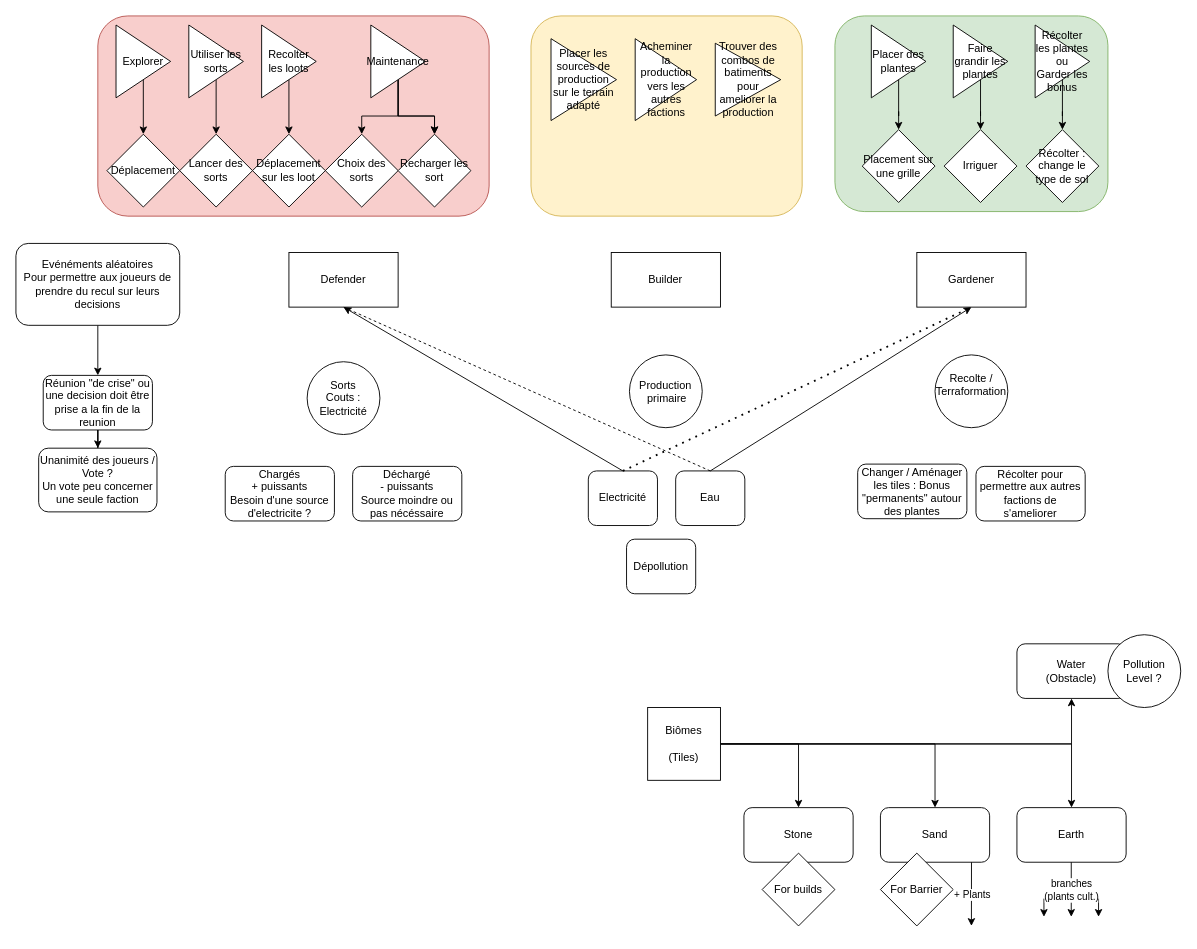
JulienAldon/AsymetricCoop keeps this draw.io diagram as Untitled Diagram.drawio. Above is the earlier version. Source tidied: cells renumbered, new cells numbered last; positions are measured from the earlier drawing's top-left corner, leaving out a move shared by most shapes. Both pictures are drawn from the tidied source at 91%, with x=0, y=0 at pixel (15, 15).
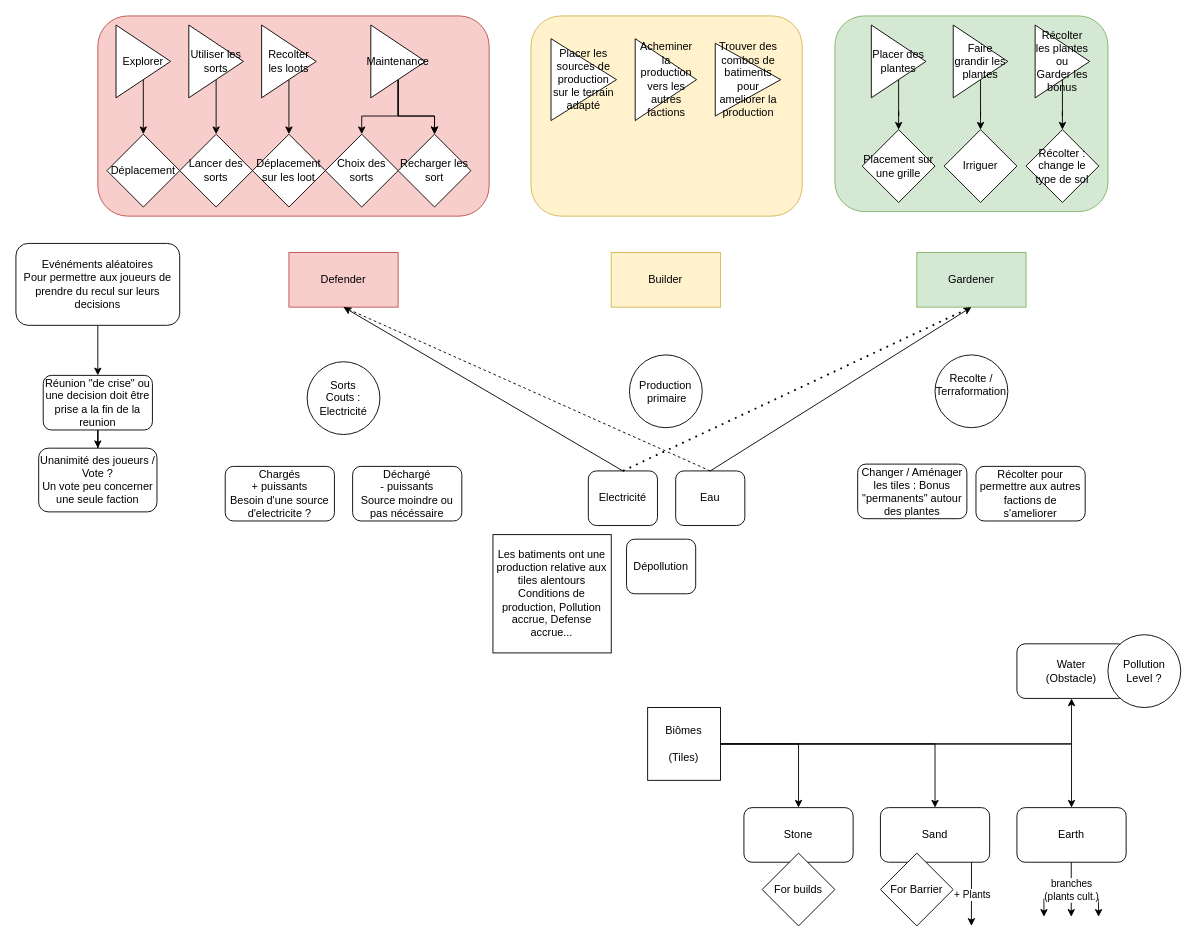
After the change.

Diff of the diagram source:
```diff
@@
-    <mxCell id="5" value="Defender" style="rounded=0;whiteSpace=wrap;html=1;" parent="1" vertex="1">
+    <mxCell id="5" value="Defender" style="rounded=0;whiteSpace=wrap;html=1;fillColor=#f8cecc;strokeColor=#b85450;" parent="1" vertex="1">
       <mxGeometry x="300" y="260" width="120" height="60" as="geometry" />
     </mxCell>
-    <mxCell id="6" value="Builder" style="rounded=0;whiteSpace=wrap;html=1;" parent="1" vertex="1">
+    <mxCell id="6" value="Builder" style="rounded=0;whiteSpace=wrap;html=1;fillColor=#fff2cc;strokeColor=#d6b656;" parent="1" vertex="1">
       <mxGeometry x="654.2" y="260" width="120" height="60" as="geometry" />
     </mxCell>
-    <mxCell id="7" value="Gardener" style="rounded=0;whiteSpace=wrap;html=1;" parent="1" vertex="1">
+    <mxCell id="7" value="Gardener" style="rounded=0;whiteSpace=wrap;html=1;fillColor=#d5e8d4;strokeColor=#82b366;" parent="1" vertex="1">
       <mxGeometry x="990" y="260" width="120" height="60" as="geometry" />
     </mxCell>
@@
+    <mxCell id="72" value="Les batiments ont une production relative aux tiles alentours&lt;br&gt;Conditions de production, Pollution accrue, Defense accrue..." style="whiteSpace=wrap;html=1;" parent="1" vertex="1">
+      <mxGeometry x="524.2" y="570" width="130" height="130" as="geometry" />
+    </mxCell>
```
